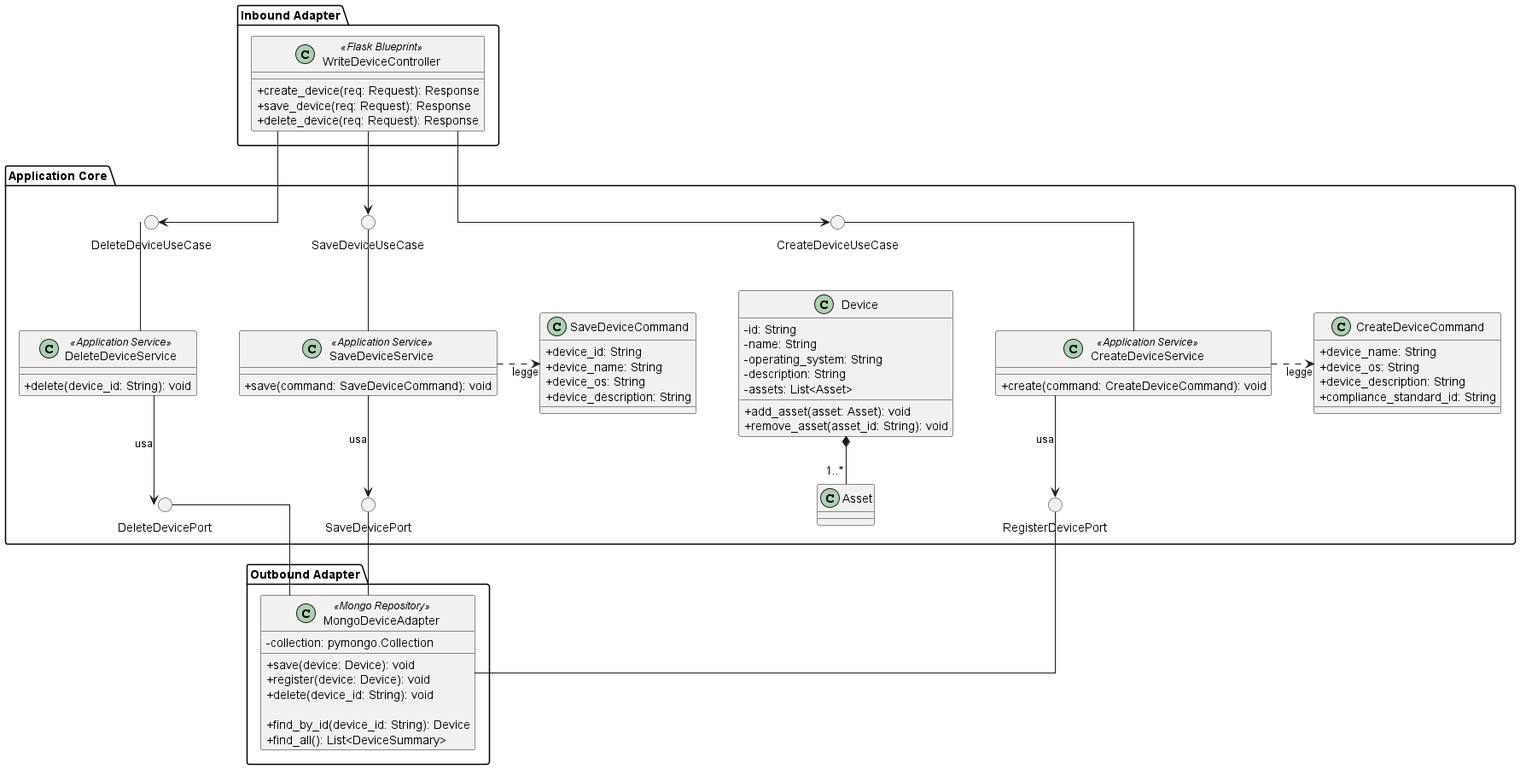
Earlier version of the PlantUML export src/PB/DocumentazioneEsterna/Specifica_Tecnica/content/uml/png/CreateDevice/WriteDeviceModule.png (GroupRubberDuck/Documentazione).
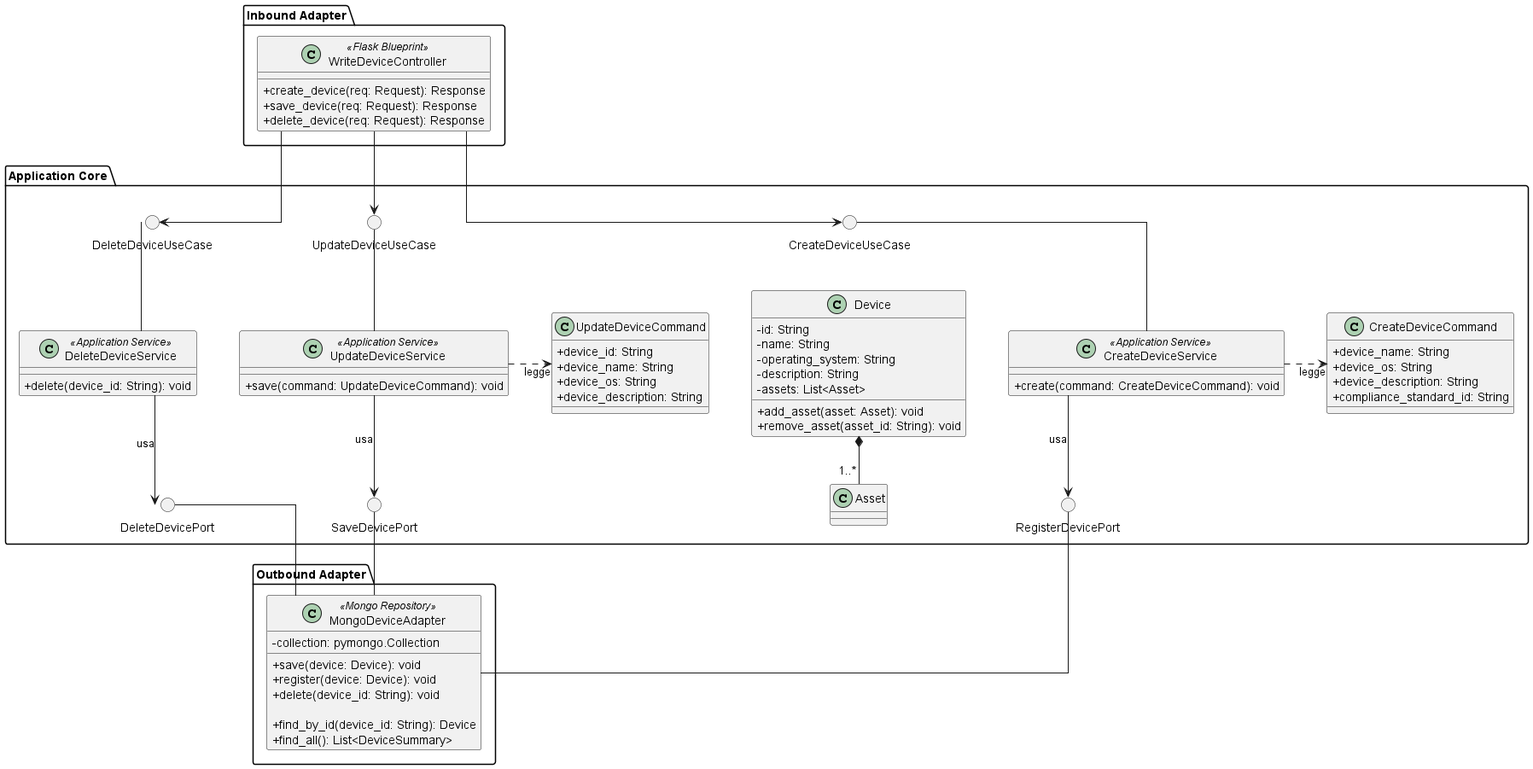
Later version of the same file.

The edit, as a diff of the source:
```diff
@@ -12,11 +12,11 @@
 
 
     () "CreateDeviceUseCase" as CreateUC
-    () "SaveDeviceUseCase" as SaveUC
+    () "UpdateDeviceUseCase" as SaveUC
     () "DeleteDeviceUseCase" as DeleteUC
 
     !include ApplicationServices/CreateDeviceService.puml
-    !include ApplicationServices/SaveDeviceService.puml
+    !include ApplicationServices/UpdateDeviceService.puml
     !include ApplicationServices/DeleteDeviceService.puml
 
 
@@ -27,7 +27,7 @@
         + compliance_standard_id: String
     }
 
-    class SaveDeviceCommand {
+    class UpdateDeviceCommand {
         + device_id: String
         + device_name: String
         + device_os: String
@@ -53,16 +53,16 @@
 WriteDeviceController -down-> DeleteUC
 
 CreateUC -down- CreateDeviceService
-SaveUC -down- SaveDeviceService
+SaveUC -down- UpdateDeviceService
 DeleteUC -down- DeleteDeviceService
 
 
 CreateDeviceService -right.> CreateDeviceCommand : legge
-SaveDeviceService -right.> SaveDeviceCommand : legge
+UpdateDeviceService -right.> UpdateDeviceCommand : legge
 
 
 CreateDeviceService -down-> RegPort : usa
-SaveDeviceService -down-> SavePort : usa
+UpdateDeviceService -down-> SavePort : usa
 DeleteDeviceService -down-> DeletePort : usa
 
 RegPort -down- MongoDeviceAdapter
```
